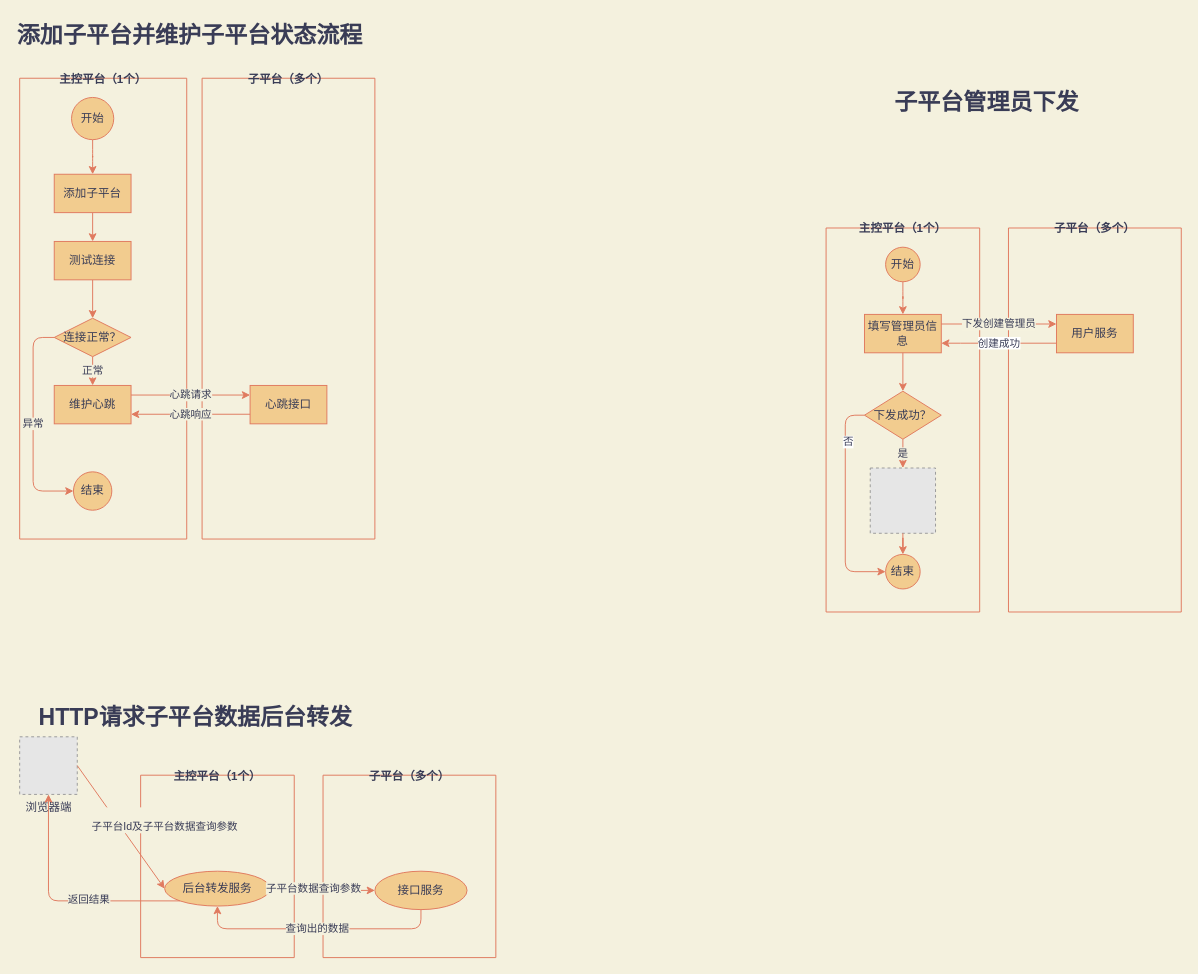
Jarris3154/drawios keeps this draw.io diagram as page "通用" (1 of 3) of test.drawio. Above is the earlier version. Source tidied: cells renumbered, new cells numbered last; positions are measured from the earlier drawing's top-left corner, leaving out a move shared by most shapes. Both pictures are drawn from the tidied source at 96%, with x=0, y=0 at pixel (19, 16). Pictures stored in the file or linked from it are replaced by grey dashed boxes.
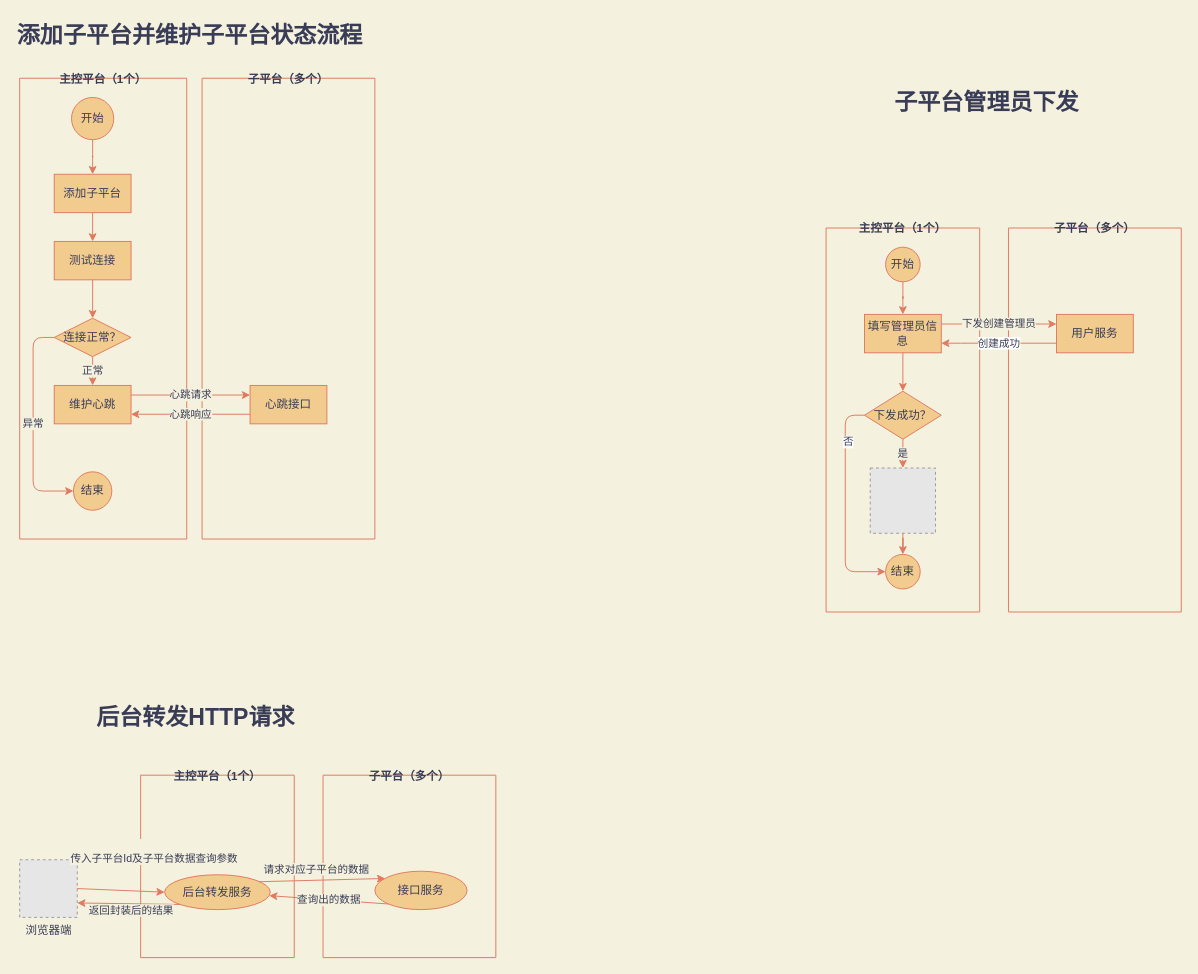
After the change.

Commit message:
更新转发HTTP请求

The change refers to these unchanged cells:
```xml
<mxCell id="3" value="接口服务" style="ellipse;whiteSpace=wrap;html=1;fillColor=#F2CC8F;strokeColor=#E07A5F;fontColor=#393C56;" parent="2" vertex="1">
  <mxGeometry x="54" y="100" width="96" height="40" as="geometry" />
</mxCell>
<mxCell id="5" value="主控平台（1个）" style="swimlane;startSize=0;fillColor=#F2CC8F;strokeColor=#E07A5F;fontColor=#393C56;" parent="1" vertex="1">
  <mxGeometry x="126" y="790" width="160" height="190" as="geometry" />
</mxCell>
```

The edit, as a diff of the source:
```diff
@@
-    <mxCell id="4" value="HTTP请求子平台数据后台转发" style="text;strokeColor=none;fillColor=none;html=1;fontSize=24;fontStyle=1;verticalAlign=middle;align=center;fontColor=#393C56;" parent="1" vertex="1">
+    <mxCell id="4" value="后台转发HTTP请求" style="text;strokeColor=none;fillColor=none;html=1;fontSize=24;fontStyle=1;verticalAlign=middle;align=center;fontColor=#393C56;" parent="1" vertex="1">
       <mxGeometry x="6" y="710" width="354" height="40" as="geometry" />
     </mxCell>
@@
     <mxCell id="6" value="后台转发服务" style="ellipse;whiteSpace=wrap;html=1;fillColor=#F2CC8F;strokeColor=#E07A5F;fontColor=#393C56;" parent="5" vertex="1">
-      <mxGeometry x="25" y="100" width="110" height="36.3" as="geometry" />
+      <mxGeometry x="25" y="103.7" width="110" height="36.3" as="geometry" />
     </mxCell>
     <mxCell id="7" value="浏览器端" style="fillColor=#E6E6E6;strokeColor=#999999;dashed=1;html=1;verticalAlign=top;verticalLabelPosition=bottom;labelBackgroundColor=#F4F1DE;fontColor=#393C56;" parent="1" vertex="1">
-      <mxGeometry y="750" width="60" height="60" as="geometry" />
+      <mxGeometry y="878.1" width="60" height="60" as="geometry" />
     </mxCell>
-    <mxCell id="8" style="edgeStyle=orthogonalEdgeStyle;jettySize=auto;html=1;exitX=1;exitY=0.5;exitDx=0;exitDy=0;entryX=0;entryY=0.5;entryDx=0;entryDy=0;labelBackgroundColor=#F4F1DE;strokeColor=#E07A5F;fontColor=#393C56;" parent="1" edge="1" source="6" target="3">
+    <mxCell id="8" style="jettySize=auto;html=1;exitX=0.894;exitY=0.2;exitDx=0;exitDy=0;entryX=0.112;entryY=0.189;entryDx=0;entryDy=0;labelBackgroundColor=#F4F1DE;strokeColor=#E07A5F;fontColor=#393C56;exitPerimeter=0;entryPerimeter=0;" parent="1" edge="1" source="6" target="3">
       <mxGeometry relative="1" as="geometry" />
     </mxCell>
-    <mxCell id="9" value="子平台数据查询参数" style="edgeLabel;html=1;align=center;verticalAlign=middle;labelBackgroundColor=#F4F1DE;fontColor=#393C56;" parent="8" vertex="1">
-      <mxGeometry x="-0.21" y="1" relative="1" as="geometry" />
+    <mxCell id="9" value="请求对应子平台的数据" style="edgeLabel;html=1;align=center;verticalAlign=middle;labelBackgroundColor=#F4F1DE;fontColor=#393C56;" parent="8" vertex="1">
+      <mxGeometry x="-0.21" y="1" relative="1" as="geometry">
+        <mxPoint x="7" y="-11" as="offset" />
+      </mxGeometry>
     </mxCell>
-    <mxCell id="10" value="查询出的数据" style="edgeStyle=orthogonalEdgeStyle;jettySize=auto;html=1;entryX=0.5;entryY=1;entryDx=0;entryDy=0;exitX=0.5;exitY=1;exitDx=0;exitDy=0;labelBackgroundColor=#F4F1DE;strokeColor=#E07A5F;fontColor=#393C56;" parent="1" edge="1" source="3" target="6">
+    <mxCell id="10" value="查询出的数据" style="jettySize=auto;html=1;exitX=0;exitY=1;exitDx=0;exitDy=0;labelBackgroundColor=#F4F1DE;strokeColor=#E07A5F;fontColor=#393C56;" parent="1" edge="1" source="3" target="6">
       <mxGeometry relative="1" as="geometry" />
     </mxCell>
-    <mxCell id="11" value="&lt;br&gt;子平台Id及子平台数据查询参数&lt;br&gt;" style="endArrow=classic;html=1;exitX=1;exitY=0.5;exitDx=0;exitDy=0;entryX=0;entryY=0.5;entryDx=0;entryDy=0;labelBackgroundColor=#F4F1DE;strokeColor=#E07A5F;fontColor=#393C56;" parent="1" edge="1" source="7" target="6">
-      <mxGeometry x="0.26" y="41" relative="1" as="geometry" />
+    <mxCell id="11" value="&lt;br&gt;传入子平台Id及子平台数据查询参数" style="endArrow=classic;html=1;exitX=1;exitY=0.5;exitDx=0;exitDy=0;entryX=0;entryY=0.5;entryDx=0;entryDy=0;labelBackgroundColor=#F4F1DE;strokeColor=#E07A5F;fontColor=#393C56;" parent="1" edge="1" source="7" target="6">
+      <mxGeometry x="0.72" y="41" relative="1" as="geometry" />
     </mxCell>
-    <mxCell id="12" style="edgeStyle=orthogonalEdgeStyle;jettySize=auto;html=1;exitX=0;exitY=1;exitDx=0;exitDy=0;labelBackgroundColor=#F4F1DE;strokeColor=#E07A5F;fontColor=#393C56;" parent="1" edge="1" source="6" target="7">
+    <mxCell id="12" style="jettySize=auto;html=1;exitX=0;exitY=1;exitDx=0;exitDy=0;labelBackgroundColor=#F4F1DE;strokeColor=#E07A5F;fontColor=#393C56;entryX=1;entryY=0.75;entryDx=0;entryDy=0;" parent="1" edge="1" source="6" target="7">
       <mxGeometry relative="1" as="geometry" />
     </mxCell>
-    <mxCell id="13" value="返回结果" style="edgeLabel;html=1;align=center;verticalAlign=middle;labelBackgroundColor=#F4F1DE;fontColor=#393C56;" parent="12" vertex="1">
-      <mxGeometry x="-0.23" y="-1" relative="1" as="geometry" />
+    <mxCell id="13" value="返回封装后的结果" style="edgeLabel;html=1;align=center;verticalAlign=middle;labelBackgroundColor=#F4F1DE;fontColor=#393C56;" parent="12" vertex="1">
+      <mxGeometry x="-0.23" y="-1" relative="1" as="geometry">
+        <mxPoint x="-10" y="7" as="offset" />
+      </mxGeometry>
     </mxCell>
```
